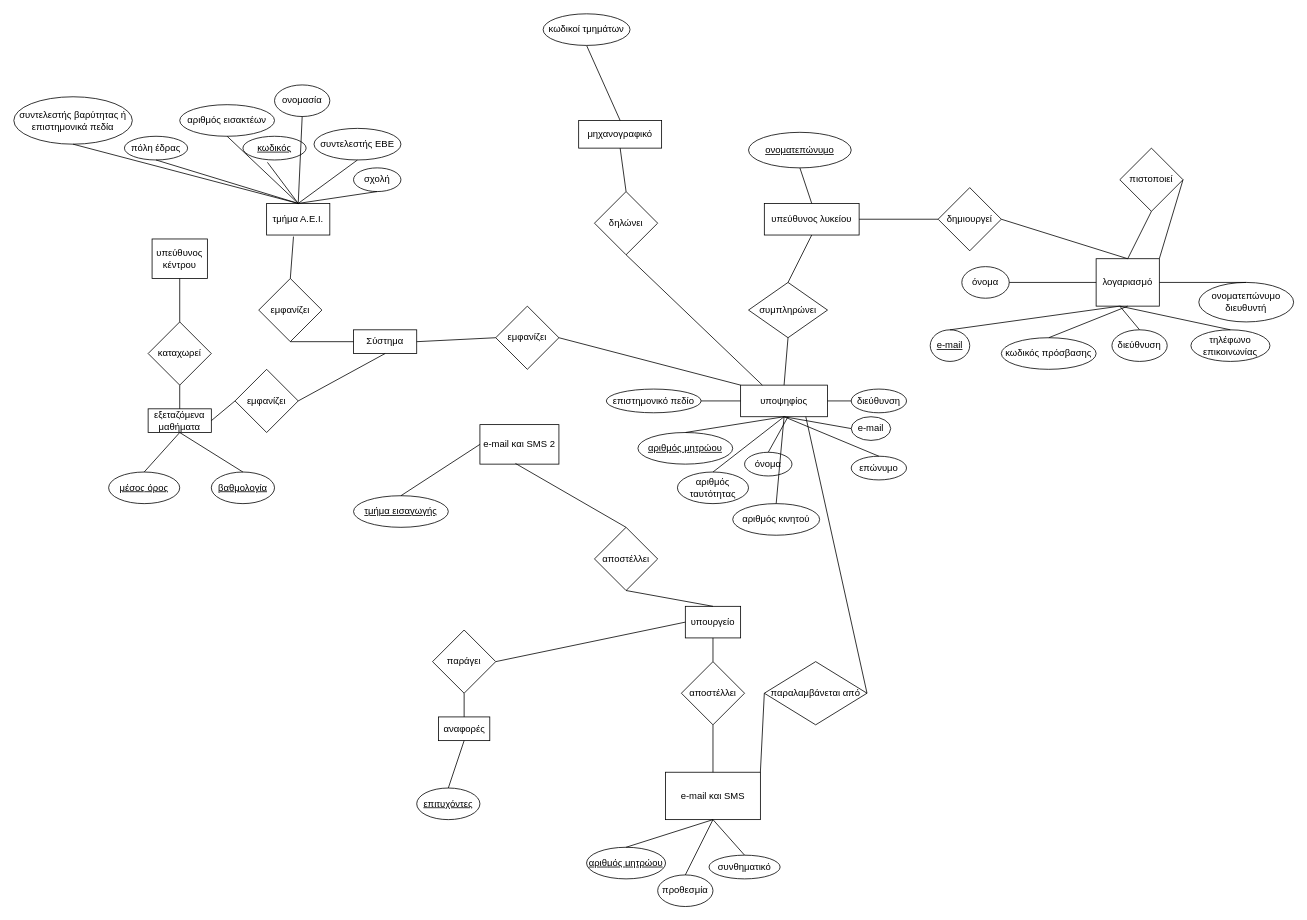
Above: Untitled Diagram.drawio in transwaifu/liakman.github.io (draw.io), before the change. Source tidied: cells renumbered, new cells numbered last; positions are measured from the earlier drawing's top-left corner, leaving out a move shared by most shapes. Both pictures are drawn from the tidied source at 79%, with x=0, y=0 at pixel (13, 13).
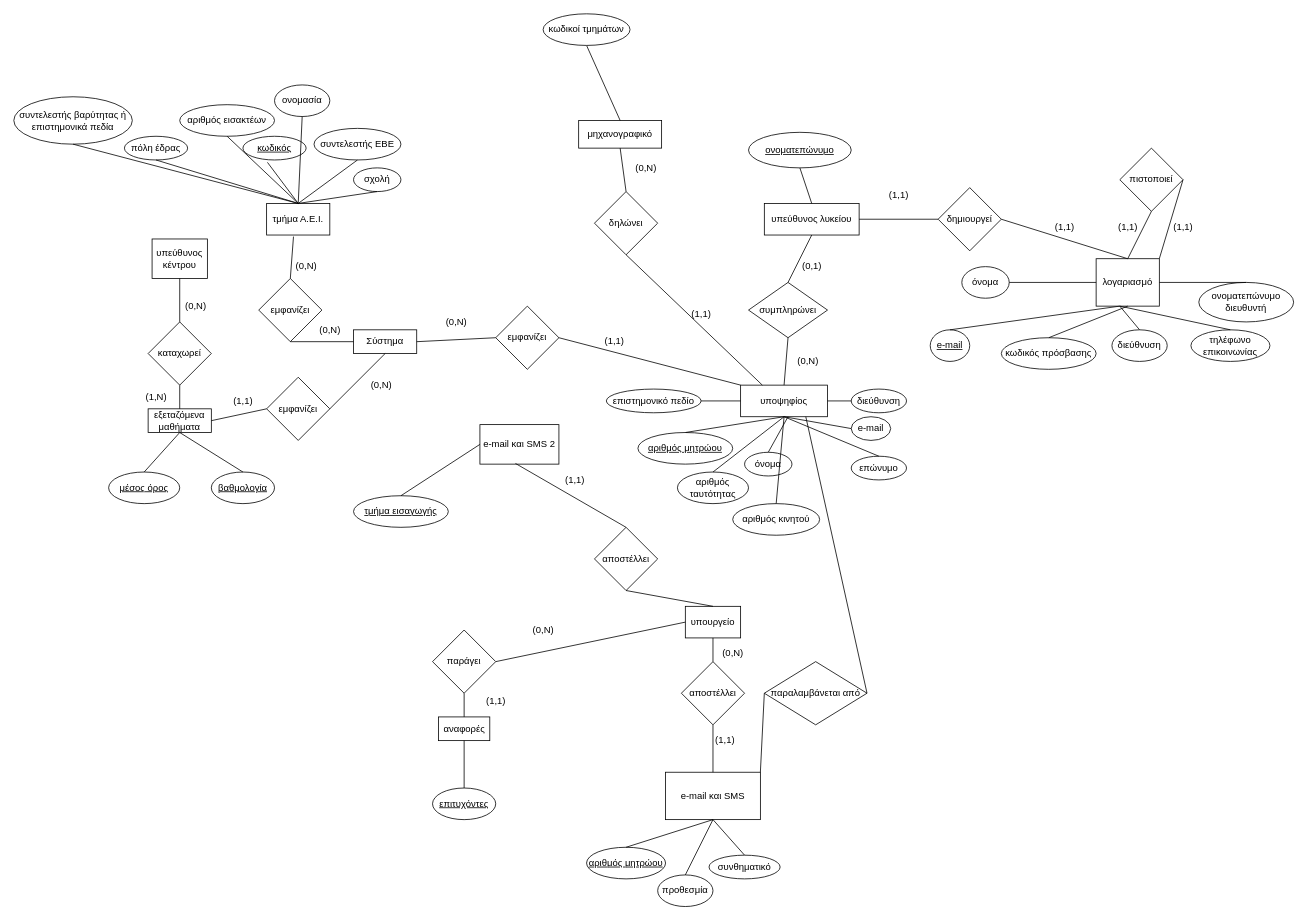
After the change.

Diff of the diagram source:
```diff
@@
     <mxCell id="69" value="εμφανίζει" style="rhombus;whiteSpace=wrap;html=1;" parent="1" vertex="1">
-      <mxGeometry x="280" y="450" width="80" height="80" as="geometry" />
+      <mxGeometry x="320" y="460" width="80" height="80" as="geometry" />
     </mxCell>
@@
     <mxCell id="109" value="&lt;u&gt;επιτυχόντες&lt;/u&gt;" style="ellipse;whiteSpace=wrap;html=1;" parent="1" vertex="1">
-      <mxGeometry x="510" y="980" width="80" height="40" as="geometry" />
+      <mxGeometry x="530" y="980" width="80" height="40" as="geometry" />
     </mxCell>
@@
+    <mxCell id="111" value="(1,1)" style="text;html=1;align=center;verticalAlign=middle;strokeColor=none;fillColor=none;" parent="1" vertex="1">
+      <mxGeometry x="1460" y="260" width="40" height="20" as="geometry" />
+    </mxCell>
+    <mxCell id="112" value="(1,1)" style="text;html=1;align=center;verticalAlign=middle;strokeColor=none;fillColor=none;" parent="1" vertex="1">
+      <mxGeometry x="1390" y="260" width="40" height="20" as="geometry" />
+    </mxCell>
+    <mxCell id="113" value="(1,1)" style="text;html=1;align=center;verticalAlign=middle;strokeColor=none;fillColor=none;" parent="1" vertex="1">
+      <mxGeometry x="1100" y="220" width="40" height="20" as="geometry" />
+    </mxCell>
+    <mxCell id="114" value="(1,1)" style="text;html=1;align=center;verticalAlign=middle;strokeColor=none;fillColor=none;" parent="1" vertex="1">
+      <mxGeometry x="1310" y="260" width="40" height="20" as="geometry" />
+    </mxCell>
+    <mxCell id="115" value="(1,1)" style="text;html=1;align=center;verticalAlign=middle;strokeColor=none;fillColor=none;" parent="1" vertex="1">
+      <mxGeometry x="850" y="370" width="40" height="20" as="geometry" />
+    </mxCell>
+    <mxCell id="116" value="(0,N)" style="text;html=1;align=center;verticalAlign=middle;strokeColor=none;fillColor=none;" parent="1" vertex="1">
+      <mxGeometry x="780" y="185" width="40" height="20" as="geometry" />
+    </mxCell>
+    <mxCell id="117" value="(0,N)" style="text;html=1;align=center;verticalAlign=middle;strokeColor=none;fillColor=none;" parent="1" vertex="1">
+      <mxGeometry x="985" y="430" width="40" height="20" as="geometry" />
+    </mxCell>
+    <mxCell id="118" value="(0,1)" style="text;html=1;align=center;verticalAlign=middle;strokeColor=none;fillColor=none;" parent="1" vertex="1">
+      <mxGeometry x="990" y="310" width="40" height="20" as="geometry" />
+    </mxCell>
+    <mxCell id="119" value="(0,N)" style="text;html=1;align=center;verticalAlign=middle;strokeColor=none;fillColor=none;" parent="1" vertex="1">
+      <mxGeometry x="650" y="770" width="40" height="20" as="geometry" />
+    </mxCell>
+    <mxCell id="120" value="(0,N)" style="text;html=1;align=center;verticalAlign=middle;strokeColor=none;fillColor=none;" parent="1" vertex="1">
+      <mxGeometry x="890" y="800" width="40" height="20" as="geometry" />
+    </mxCell>
+    <mxCell id="121" value="(1,1)" style="text;html=1;align=center;verticalAlign=middle;strokeColor=none;fillColor=none;" parent="1" vertex="1">
+      <mxGeometry x="880" y="910" width="40" height="20" as="geometry" />
+    </mxCell>
+    <mxCell id="122" value="(1,1)" style="text;html=1;align=center;verticalAlign=middle;strokeColor=none;fillColor=none;" parent="1" vertex="1">
+      <mxGeometry x="590" y="860" width="40" height="20" as="geometry" />
+    </mxCell>
+    <mxCell id="123" value="(1,1)" style="text;html=1;align=center;verticalAlign=middle;strokeColor=none;fillColor=none;" parent="1" vertex="1">
+      <mxGeometry x="690" y="580" width="40" height="20" as="geometry" />
+    </mxCell>
+    <mxCell id="124" value="(0,N)" style="text;html=1;align=center;verticalAlign=middle;strokeColor=none;fillColor=none;" parent="1" vertex="1">
+      <mxGeometry x="540" y="380" width="40" height="20" as="geometry" />
+    </mxCell>
+    <mxCell id="125" value="(1,1)" style="text;html=1;align=center;verticalAlign=middle;strokeColor=none;fillColor=none;" parent="1" vertex="1">
+      <mxGeometry x="740" y="405" width="40" height="20" as="geometry" />
+    </mxCell>
+    <mxCell id="126" value="(0,N)" style="text;html=1;align=center;verticalAlign=middle;strokeColor=none;fillColor=none;" parent="1" vertex="1">
+      <mxGeometry x="210" y="360" width="40" height="20" as="geometry" />
+    </mxCell>
+    <mxCell id="127" value="(1,N)" style="text;html=1;align=center;verticalAlign=middle;strokeColor=none;fillColor=none;" parent="1" vertex="1">
+      <mxGeometry x="160" y="475" width="40" height="20" as="geometry" />
+    </mxCell>
+    <mxCell id="128" value="(0,N)" style="text;html=1;align=center;verticalAlign=middle;strokeColor=none;fillColor=none;" parent="1" vertex="1">
+      <mxGeometry x="445" y="460" width="40" height="20" as="geometry" />
+    </mxCell>
+    <mxCell id="129" value="(0,N)" style="text;html=1;align=center;verticalAlign=middle;strokeColor=none;fillColor=none;" parent="1" vertex="1">
+      <mxGeometry x="350" y="310" width="40" height="20" as="geometry" />
+    </mxCell>
+    <mxCell id="130" value="(1,1)" style="text;html=1;align=center;verticalAlign=middle;strokeColor=none;fillColor=none;" parent="1" vertex="1">
+      <mxGeometry x="270" y="480" width="40" height="20" as="geometry" />
+    </mxCell>
+    <mxCell id="131" value="(0,N)" style="text;html=1;align=center;verticalAlign=middle;strokeColor=none;fillColor=none;" parent="1" vertex="1">
+      <mxGeometry x="380" y="390" width="40" height="20" as="geometry" />
+    </mxCell>
```
